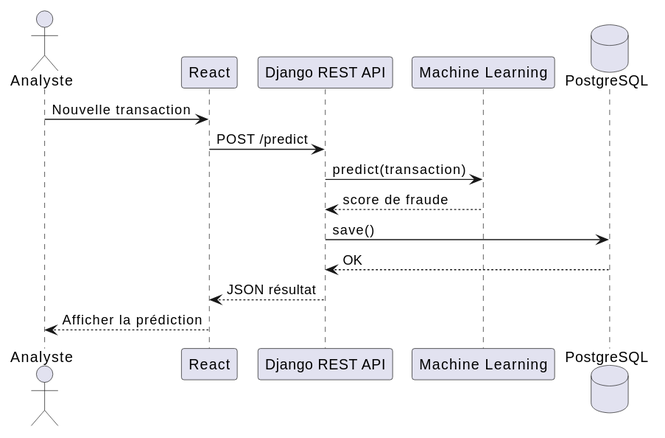
dlouisesophie-debug/plateforme-fraude-bancaire keeps this PlantUML diagram as docs/conception/uml/sequence_prediction.svg. Above is the earlier version. Source of this version:
```plantuml
@startuml
actor Analyste

participant React

participant "Django REST API" as API

participant "Machine Learning" as ML

database PostgreSQL

Analyste -> React : Nouvelle transaction

React -> API : POST /predict

API -> ML : predict(transaction)

ML --> API : score de fraude

API -> PostgreSQL : save()

PostgreSQL --> API : OK

API --> React : JSON résultat

React --> Analyste : Afficher la prédiction
@enduml
```
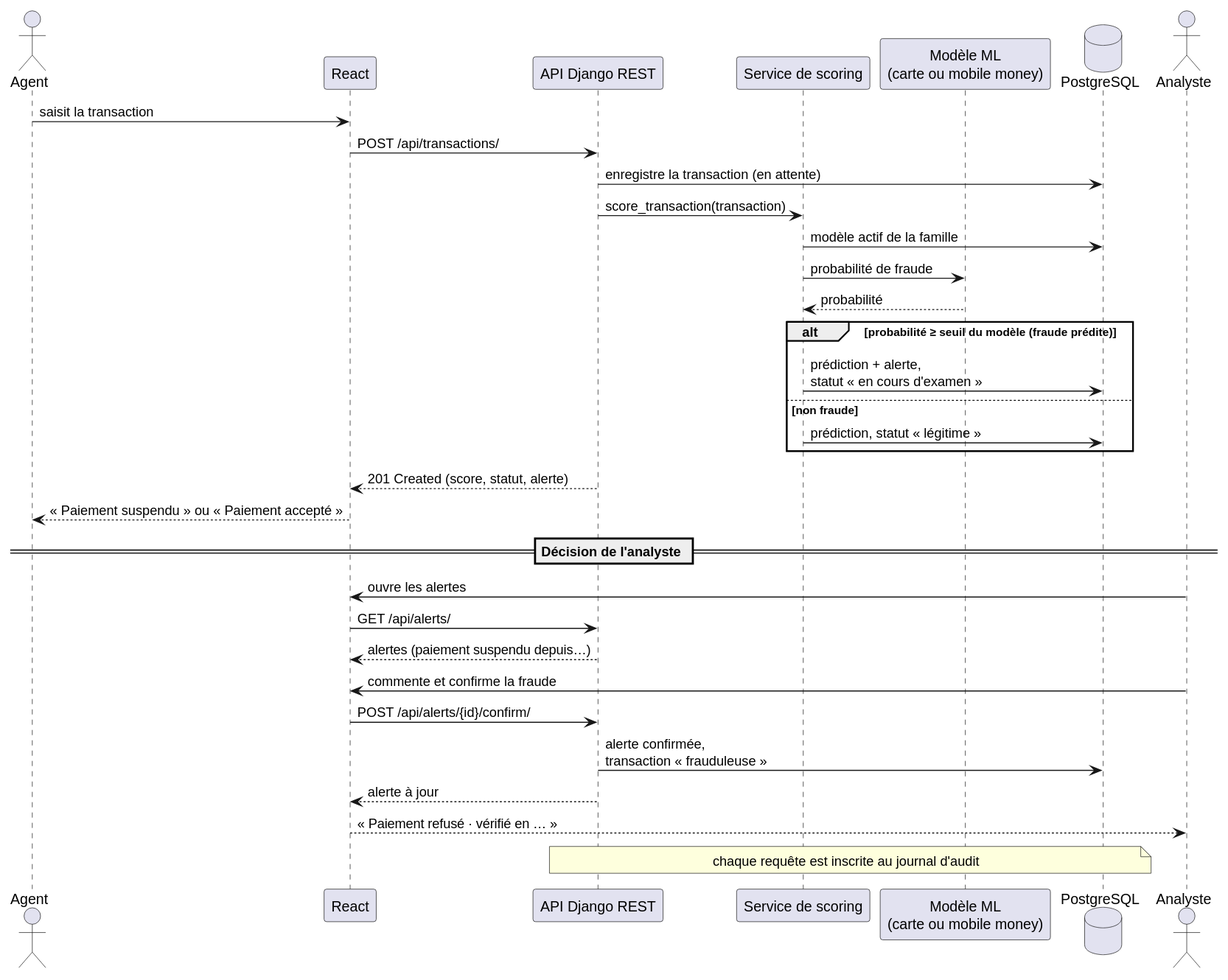
Later version of the same file.

Change to the diagram source:
```diff
@@ -1,27 +1,35 @@
 @startuml
-actor Analyste
+actor "Agent" as Agent
+participant "React" as React
+participant "API Django REST" as API
+participant "Service de scoring" as Scoring
+participant "Modèle ML\n(carte ou mobile money)" as ML
+database PostgreSQL
+actor "Analyste" as Analyste
 
-participant React
+Agent -> React : saisit la transaction
+React -> API : POST /api/transactions/
+API -> PostgreSQL : enregistre la transaction (en attente)
+API -> Scoring : score_transaction(transaction)
+Scoring -> PostgreSQL : modèle actif de la famille
+Scoring -> ML : probabilité de fraude
+ML --> Scoring : probabilité
+alt probabilité ≥ seuil du modèle (fraude prédite)
+  Scoring -> PostgreSQL : prédiction + alerte,\nstatut « en cours d'examen »
+else non fraude
+  Scoring -> PostgreSQL : prédiction, statut « légitime »
+end
+API --> React : 201 Created (score, statut, alerte)
+React --> Agent : « Paiement suspendu » ou « Paiement accepté »
 
-participant "Django REST API" as API
-
-participant "Machine Learning" as ML
-
-database PostgreSQL
-
-Analyste -> React : Nouvelle transaction
-
-React -> API : POST /predict
-
-API -> ML : predict(transaction)
-
-ML --> API : score de fraude
-
-API -> PostgreSQL : save()
-
-PostgreSQL --> API : OK
-
-API --> React : JSON résultat
-
-React --> Analyste : Afficher la prédiction
+== Décision de l'analyste ==
+Analyste -> React : ouvre les alertes
+React -> API : GET /api/alerts/
+API --> React : alertes (paiement suspendu depuis…)
+Analyste -> React : commente et confirme la fraude
+React -> API : POST /api/alerts/{id}/confirm/
+API -> PostgreSQL : alerte confirmée,\ntransaction « frauduleuse »
+API --> React : alerte à jour
+React --> Analyste : « Paiement refusé · vérifié en … »
+note over API, PostgreSQL : chaque requête est inscrite au journal d'audit
 @enduml
```
